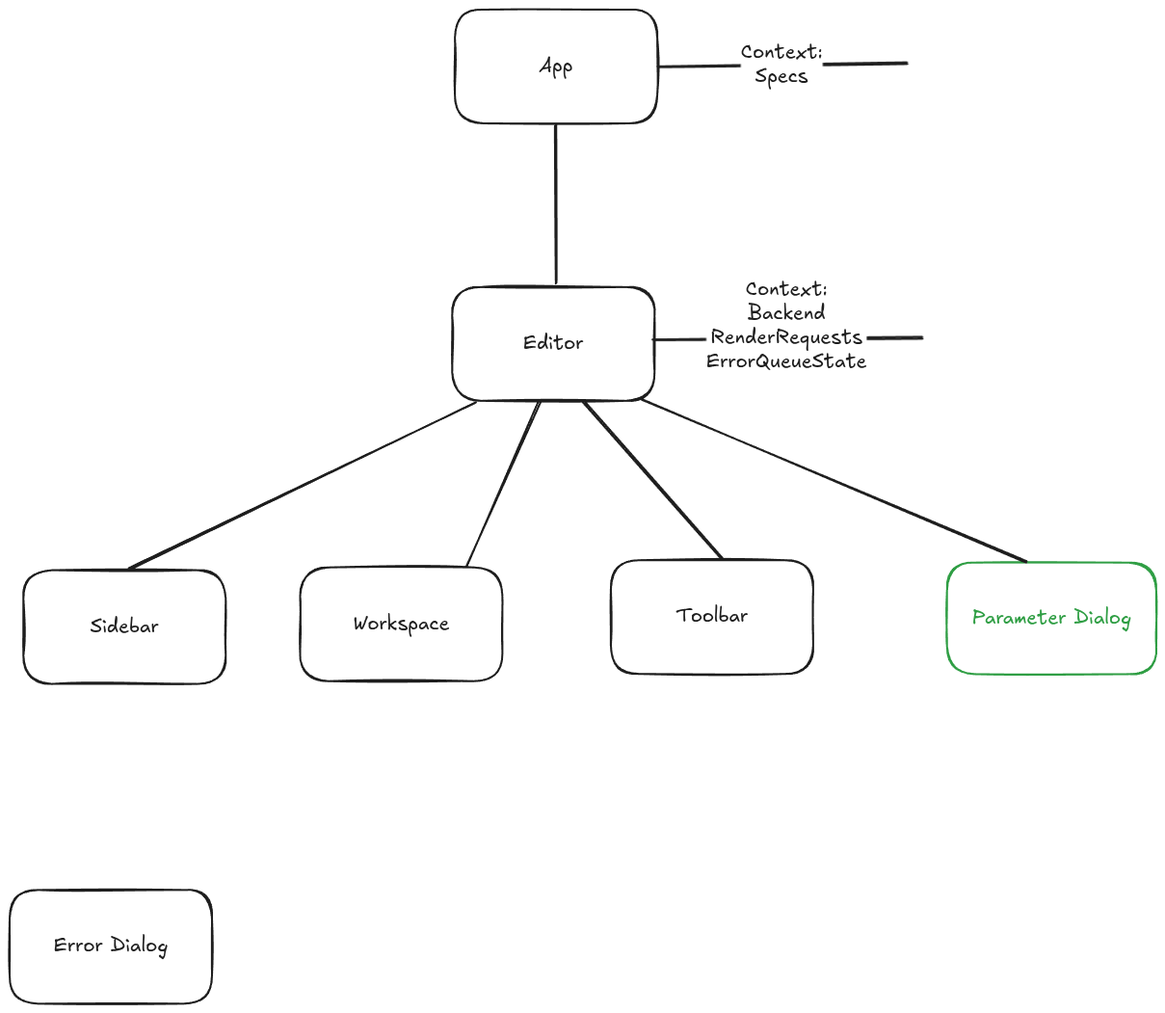
The Excalidraw diagram beetry-editor-frontend/docs/component_tree.excalidraw.png in skullim/beetry, before a commit. Source tidied: one line per element, renumbered; positions are measured from the earlier drawing's top-left corner, leaving out a move shared by most shapes.
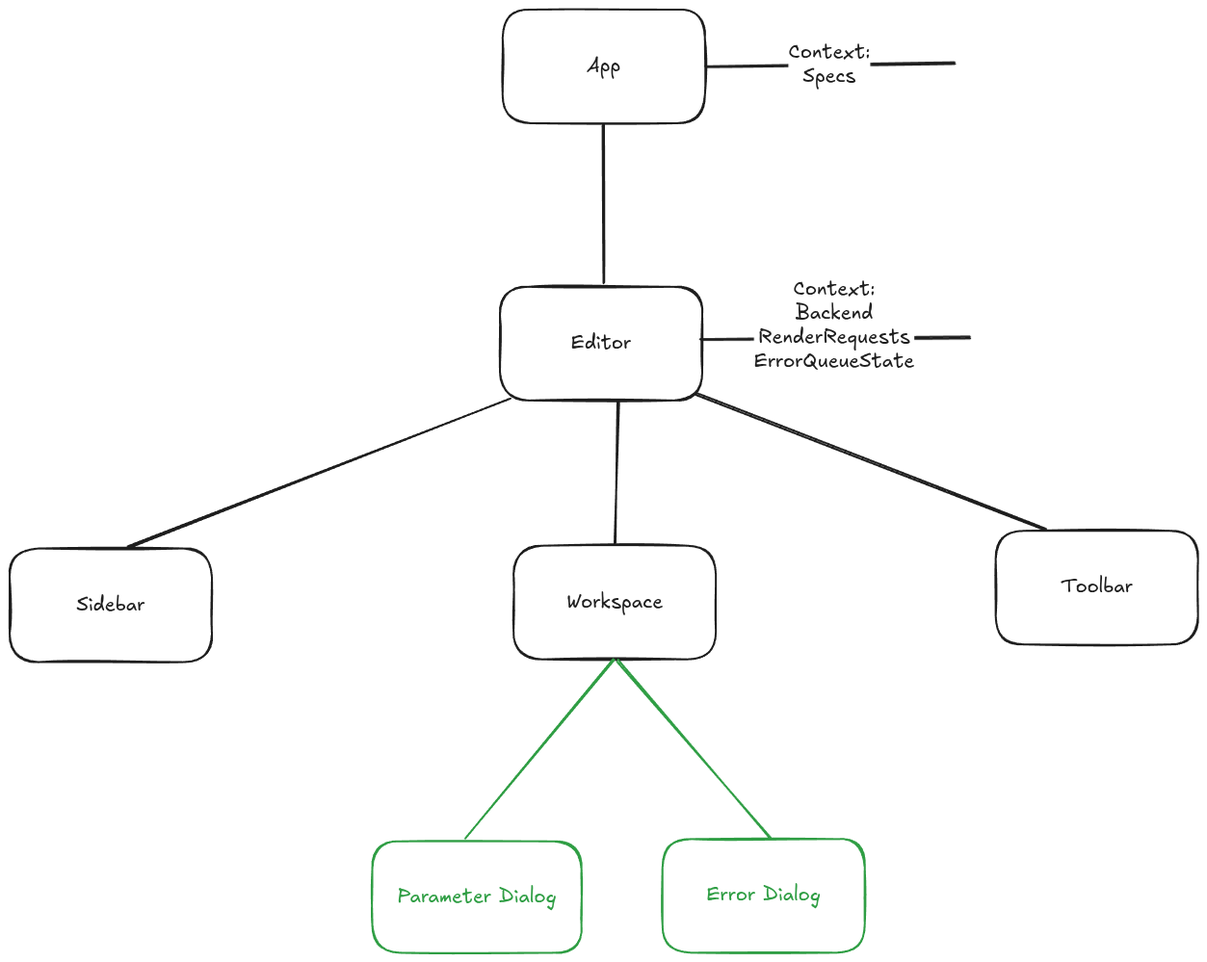
Above is the later version.

What changed in the source:
```diff
@@ -1,19 +1,18 @@
 {"id": 0, "type": "rectangle", "strokeColor": "#1e1e1e", "strokeWidth": 2, "roughness": 1, "round": true, "x": 459, "y": 288, "width": 210, "height": 118}
 {"id": 1, "type": "text", "text": "Editor", "strokeColor": "#1e1e1e", "strokeWidth": 2, "roughness": 1, "fontSize": 20, "fontFamily": 5, "textAlign": "center", "verticalAlign": "middle", "inside": 0, "x": 533, "y": 334, "width": 62, "height": 25}
-{"id": 2, "type": "rectangle", "strokeColor": "#1e1e1e", "strokeWidth": 2, "roughness": 1, "round": true, "x": 301, "y": 579, "width": 210, "height": 118}
+{"id": 2, "type": "rectangle", "strokeColor": "#1e1e1e", "strokeWidth": 2, "roughness": 1, "round": true, "x": 473, "y": 557, "width": 210, "height": 118}
-{"id": 3, "type": "text", "text": "Workspace", "strokeColor": "#1e1e1e", "strokeWidth": 2, "roughness": 1, "fontSize": 20, "fontFamily": 5, "textAlign": "center", "verticalAlign": "middle", "inside": 2, "x": 356, "y": 625, "width": 100, "height": 25}
+{"id": 3, "type": "text", "text": "Workspace", "strokeColor": "#1e1e1e", "strokeWidth": 2, "roughness": 1, "fontSize": 20, "fontFamily": 5, "textAlign": "center", "verticalAlign": "middle", "inside": 2, "x": 528, "y": 603, "width": 100, "height": 25}
-{"id": 4, "type": "rectangle", "strokeColor": "#1e1e1e", "strokeWidth": 2, "roughness": 1, "round": true, "x": 14, "y": 582, "width": 210, "height": 118}
+{"id": 4, "type": "rectangle", "strokeColor": "#1e1e1e", "strokeWidth": 2, "roughness": 1, "round": true, "x": -50, "y": 560, "width": 210, "height": 118}
-{"id": 5, "type": "text", "text": "Sidebar", "strokeColor": "#1e1e1e", "strokeWidth": 2, "roughness": 1, "fontSize": 20, "fontFamily": 5, "textAlign": "center", "verticalAlign": "middle", "inside": 4, "x": 84, "y": 628, "width": 71, "height": 25}
+{"id": 5, "type": "text", "text": "Sidebar", "strokeColor": "#1e1e1e", "strokeWidth": 2, "roughness": 1, "fontSize": 20, "fontFamily": 5, "textAlign": "center", "verticalAlign": "middle", "inside": 4, "x": 20, "y": 606, "width": 71, "height": 25}
-{"id": 6, "type": "rectangle", "strokeColor": "#1e1e1e", "strokeWidth": 2, "roughness": 1, "round": true, "x": 0, "y": 913, "width": 210, "height": 118}
+{"id": 6, "type": "rectangle", "strokeColor": "#2f9e44", "strokeWidth": 2, "roughness": 1, "round": true, "x": 628, "y": 861, "width": 210, "height": 118}
-{"id": 7, "type": "text", "text": "Error Dialog", "strokeColor": "#1e1e1e", "strokeWidth": 2, "roughness": 1, "fontSize": 20, "fontFamily": 5, "textAlign": "center", "verticalAlign": "middle", "inside": 6, "x": 46, "y": 960, "width": 118, "height": 25}
+{"id": 7, "type": "text", "text": "Error Dialog", "strokeColor": "#2f9e44", "strokeWidth": 2, "roughness": 1, "fontSize": 20, "fontFamily": 5, "textAlign": "center", "verticalAlign": "middle", "inside": 6, "x": 674, "y": 908, "width": 118, "height": 25}
-{"id": 8, "type": "rectangle", "strokeColor": "#1e1e1e", "strokeWidth": 2, "roughness": 1, "round": true, "x": 624, "y": 571, "width": 210, "height": 118}
+{"id": 8, "type": "rectangle", "strokeColor": "#1e1e1e", "strokeWidth": 2, "roughness": 1, "round": true, "x": 974, "y": 541, "width": 210, "height": 118}
-{"id": 9, "type": "text", "text": "Toolbar", "strokeColor": "#1e1e1e", "strokeWidth": 2, "roughness": 1, "fontSize": 20, "fontFamily": 5, "textAlign": "center", "verticalAlign": "middle", "inside": 8, "x": 692, "y": 618, "width": 75, "height": 25}
+{"id": 9, "type": "text", "text": "Toolbar", "strokeColor": "#1e1e1e", "strokeWidth": 2, "roughness": 1, "fontSize": 20, "fontFamily": 5, "textAlign": "center", "verticalAlign": "middle", "inside": 8, "x": 1042, "y": 588, "width": 75, "height": 25}
-{"id": 10, "type": "rectangle", "strokeColor": "#2f9e44", "strokeWidth": 2, "roughness": 1, "round": true, "x": 973, "y": 574, "width": 217, "height": 116}
+{"id": 10, "type": "rectangle", "strokeColor": "#2f9e44", "strokeWidth": 2, "roughness": 1, "round": true, "x": 327, "y": 864, "width": 217, "height": 116}
-{"id": 11, "type": "text", "text": "Parameter Dialog", "strokeColor": "#2f9e44", "strokeWidth": 2, "roughness": 1, "fontSize": 20, "fontFamily": 5, "textAlign": "center", "verticalAlign": "middle", "inside": 10, "x": 999, "y": 619, "width": 165, "height": 25}
+{"id": 11, "type": "text", "text": "Parameter Dialog", "strokeColor": "#2f9e44", "strokeWidth": 2, "roughness": 1, "fontSize": 20, "fontFamily": 5, "textAlign": "center", "verticalAlign": "middle", "inside": 10, "x": 353, "y": 909, "width": 165, "height": 25}
-{"id": 12, "type": "arrow", "strokeColor": "#1e1e1e", "strokeWidth": 2, "roughness": 1, "round": true, "from": 0, "to": 2, "x": 550, "y": 406, "width": 75, "height": 171, "points": [[0, 0], [-75, 171]]}
+{"id": 12, "type": "arrow", "strokeColor": "#1e1e1e", "strokeWidth": 2, "roughness": 1, "round": true, "from": 0, "to": 2, "x": 582, "y": 406, "width": 3, "height": 148, "points": [[0, 0], [-3, 148]]}
-{"id": 13, "type": "arrow", "strokeColor": "#1e1e1e", "strokeWidth": 2, "roughness": 1, "round": true, "from": 0, "to": 10, "x": 654, "y": 404, "width": 400, "height": 168, "points": [[0, 0], [400, 168]]}
-{"id": 14, "type": "arrow", "strokeColor": "#1e1e1e", "strokeWidth": 2, "roughness": 1, "round": true, "from": 0, "to": 4, "x": 483, "y": 407, "width": 360, "height": 174, "points": [[0, 0], [-360, 174]]}
+{"id": 14, "type": "arrow", "strokeColor": "#1e1e1e", "strokeWidth": 2, "roughness": 1, "round": true, "from": 0, "to": 4, "x": 469, "y": 403, "width": 397, "height": 156, "points": [[0, 0], [-397, 156]]}
-{"id": 15, "type": "arrow", "strokeColor": "#1e1e1e", "strokeWidth": 2, "roughness": 1, "round": true, "from": 0, "to": 8, "x": 595, "y": 406, "width": 145, "height": 163, "points": [[0, 0], [145, 163]]}
+{"id": 15, "type": "arrow", "strokeColor": "#1e1e1e", "strokeWidth": 2, "roughness": 1, "round": true, "from": 0, "to": 8, "x": 662, "y": 399, "width": 363, "height": 140, "points": [[0, 0], [363, 140]]}
 {"id": 16, "type": "rectangle", "strokeColor": "#1e1e1e", "strokeWidth": 2, "roughness": 1, "round": true, "x": 462, "y": 0, "width": 210, "height": 118}
 {"id": 17, "type": "text", "text": "App", "strokeColor": "#1e1e1e", "strokeWidth": 2, "roughness": 1, "fontSize": 20, "fontFamily": 5, "textAlign": "center", "verticalAlign": "middle", "inside": 16, "x": 550, "y": 46, "width": 35, "height": 25}
 {"id": 18, "type": "arrow", "strokeColor": "#1e1e1e", "strokeWidth": 2, "roughness": 1, "round": true, "from": 16, "to": 0, "x": 567, "y": 119, "width": 0, "height": 165, "points": [[0, 0], [0, 165]]}
@@ -21,3 +20,5 @@
 {"id": 20, "type": "text", "text": "Context:\nSpecs", "strokeColor": "#1e1e1e", "strokeWidth": 2, "roughness": 1, "fontSize": 20, "fontFamily": 5, "textAlign": "center", "verticalAlign": "middle", "inside": 19, "x": 759, "y": 32, "width": 85, "height": 50}
 {"id": 21, "type": "arrow", "strokeColor": "#1e1e1e", "strokeWidth": 2, "roughness": 1, "round": true, "from": 0, "x": 667, "y": 341, "width": 279, "height": 1, "points": [[0, 0], [279, -1]]}
 {"id": 22, "type": "text", "text": "Context:\nBackend\nRenderRequests\nErrorQueueState\n", "strokeColor": "#1e1e1e", "strokeWidth": 2, "roughness": 1, "fontSize": 20, "fontFamily": 5, "textAlign": "center", "verticalAlign": "middle", "inside": 21, "x": 723, "y": 278, "width": 166, "height": 125}
+{"id": 23, "type": "arrow", "strokeColor": "#2f9e44", "strokeWidth": 2, "roughness": 1, "round": true, "from": 2, "to": 10, "x": 577, "y": 675, "width": 154, "height": 186, "points": [[0, 0], [-154, 186]]}
+{"id": 24, "type": "arrow", "strokeColor": "#2f9e44", "strokeWidth": 2, "roughness": 1, "round": true, "from": 2, "to": 6, "x": 581, "y": 676, "width": 159, "height": 185, "points": [[0, 0], [159, 185]]}
```
